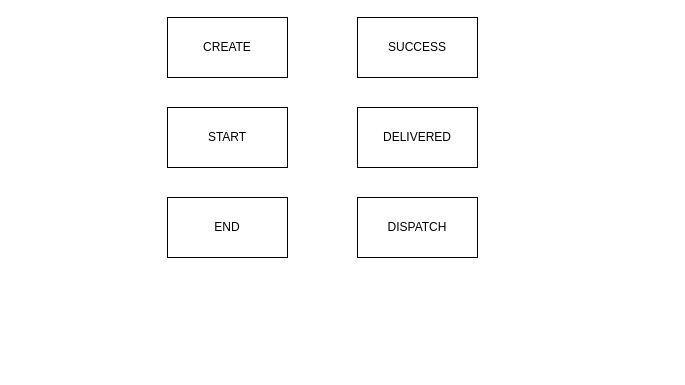
Earlier version of the draw.io diagram DC - Status.drawio (caio-bueno/draws-valid). Source tidied: cells renumbered, new cells numbered last; positions are measured from the earlier drawing's top-left corner, leaving out a move shared by most shapes. Both pictures are drawn from the tidied source at 100%, with x=0, y=0 at pixel (167, 17).
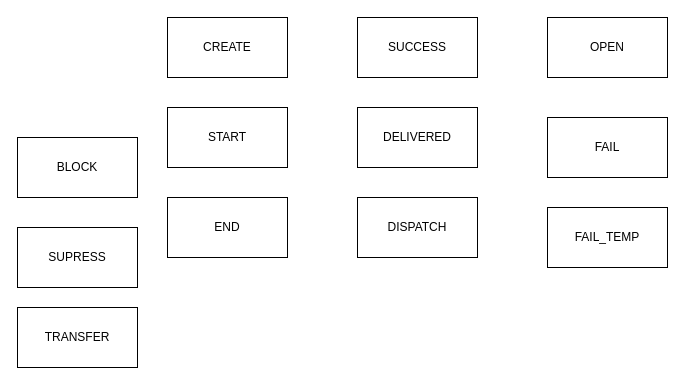
The same diagram, later.

Diff of the diagram source:
```diff
@@
 <mxGraphModel>
   <root>
     <mxCell id="0" />
     <mxCell id="1" parent="0" />
     <mxCell id="2" value="CREATE" style="rounded=0;whiteSpace=wrap;html=1;" parent="1" vertex="1">
       <mxGeometry width="120" height="60" as="geometry" />
     </mxCell>
     <mxCell id="3" value="START" style="rounded=0;whiteSpace=wrap;html=1;" parent="1" vertex="1">
       <mxGeometry y="90" width="120" height="60" as="geometry" />
     </mxCell>
     <mxCell id="4" value="END" style="rounded=0;whiteSpace=wrap;html=1;" parent="1" vertex="1">
       <mxGeometry y="180" width="120" height="60" as="geometry" />
     </mxCell>
     <mxCell id="5" value="SUCCESS" style="rounded=0;whiteSpace=wrap;html=1;" parent="1" vertex="1">
       <mxGeometry x="190" width="120" height="60" as="geometry" />
     </mxCell>
     <mxCell id="6" value="DELIVERED" style="rounded=0;whiteSpace=wrap;html=1;" parent="1" vertex="1">
       <mxGeometry x="190" y="90" width="120" height="60" as="geometry" />
     </mxCell>
     <mxCell id="7" value="DISPATCH" style="rounded=0;whiteSpace=wrap;html=1;" parent="1" vertex="1">
       <mxGeometry x="190" y="180" width="120" height="60" as="geometry" />
     </mxCell>
+    <mxCell id="8" value="OPEN" style="rounded=0;whiteSpace=wrap;html=1;" parent="1" vertex="1">
+      <mxGeometry x="380" width="120" height="60" as="geometry" />
+    </mxCell>
+    <mxCell id="9" value="FAIL" style="rounded=0;whiteSpace=wrap;html=1;" parent="1" vertex="1">
+      <mxGeometry x="380" y="100" width="120" height="60" as="geometry" />
+    </mxCell>
+    <mxCell id="10" value="FAIL_TEMP" style="rounded=0;whiteSpace=wrap;html=1;" parent="1" vertex="1">
+      <mxGeometry x="380" y="190" width="120" height="60" as="geometry" />
+    </mxCell>
+    <mxCell id="11" value="BLOCK" style="rounded=0;whiteSpace=wrap;html=1;" parent="1" vertex="1">
+      <mxGeometry x="-150" y="120" width="120" height="60" as="geometry" />
+    </mxCell>
+    <mxCell id="12" value="SUPRESS" style="rounded=0;whiteSpace=wrap;html=1;" parent="1" vertex="1">
+      <mxGeometry x="-150" y="210" width="120" height="60" as="geometry" />
+    </mxCell>
+    <mxCell id="13" value="TRANSFER" style="rounded=0;whiteSpace=wrap;html=1;" parent="1" vertex="1">
+      <mxGeometry x="-150" y="290" width="120" height="60" as="geometry" />
+    </mxCell>
   </root>
 </mxGraphModel>
```
